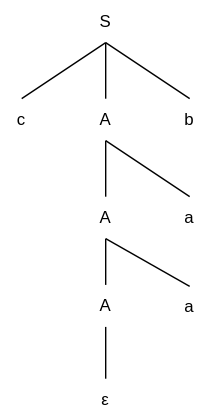
Above: Универ/ТАиФЯ/Лабы/№1/svg/diagram 2.svg in Xoggas/university-obsidian (draw.io), before the change. Source tidied: cells renumbered, new cells last; positions are measured from the earlier drawing's top-left corner, leaving out a move shared by most shapes.
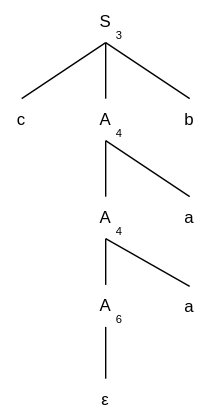
After the change.

Change to the diagram source:
```diff
@@ -53,5 +53,17 @@
     <mxCell id="18" value="b" style="text;html=1;align=center;verticalAlign=middle;whiteSpace=wrap;rounded=0;" parent="1" vertex="1">
       <mxGeometry x="120" y="70" width="30" height="30" as="geometry" />
     </mxCell>
+    <mxCell id="19" value="3" style="text;html=1;align=center;verticalAlign=middle;whiteSpace=wrap;rounded=0;fontSize=8;" parent="1" vertex="1">
+      <mxGeometry x="80" y="20" width="10" height="10" as="geometry" />
+    </mxCell>
+    <mxCell id="20" value="4" style="text;html=1;align=center;verticalAlign=middle;whiteSpace=wrap;rounded=0;fontSize=8;" parent="1" vertex="1">
+      <mxGeometry x="80" y="90" width="10" height="10" as="geometry" />
+    </mxCell>
+    <mxCell id="21" value="4" style="text;html=1;align=center;verticalAlign=middle;whiteSpace=wrap;rounded=0;fontSize=8;" parent="1" vertex="1">
+      <mxGeometry x="80" y="160" width="10" height="10" as="geometry" />
+    </mxCell>
+    <mxCell id="22" value="6" style="text;html=1;align=center;verticalAlign=middle;whiteSpace=wrap;rounded=0;fontSize=8;" parent="1" vertex="1">
+      <mxGeometry x="80" y="223" width="10" height="10" as="geometry" />
+    </mxCell>
   </root>
 </mxGraphModel>
```
